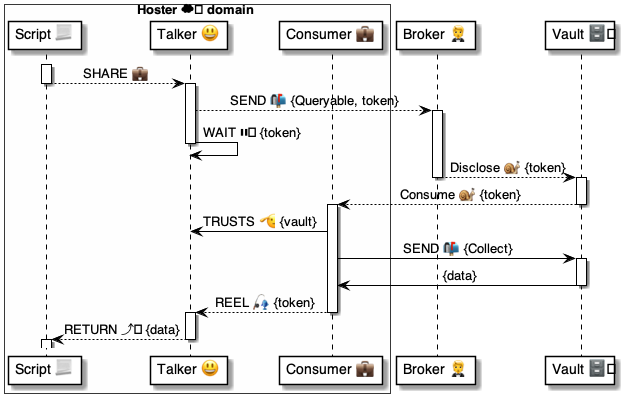
Earlier version of the PlantUML export 4 ⚙️ Solution/41 🎭 Domain Roles/Consumers 💼/💼🅰️ Consumer methods/Consume 🗄️🐌💼/🗄️ Consume ⚙️ uml.png (pollyweb-org/pollyweb-docs). Its source is kept beside it as 4 ⚙️ Solution/41 🎭 Domain Roles/Consumers 💼/💼🅰️ Consumer methods/Consume 🗄️🐌💼/🗄️ Consume ⚙️ uml.puml. The source it was exported from:
```plantuml
@startuml Wallet: Share()

box Hoster ☁️ domain #FFFFFA
    participant "Script 📃" as script
    participant "Talker 😃" as talker
    participant "Consumer 💼" as consumer
end box
participant "Broker 🤵" as broker
participant "Vault 🗄️" as vault

activate script
    script --> talker: SHARE 💼
deactivate script

activate talker
    talker --> broker: SEND 📬 {Queryable, token}
activate broker
    talker -> talker: WAIT ⏸️ {token}
deactivate talker

    broker --> vault: Disclose 🐌 {token}
deactivate broker

activate vault
vault --> consumer: Consume 🐌 {token}
deactivate vault

activate consumer
    consumer -> talker: TRUSTS 🫡 {vault}
    consumer -> vault: SEND 📬 {Collect}

    activate vault
        vault -> consumer: {data}
    deactivate vault

    consumer --> talker: REEL 🎣 {token}
deactivate consumer

activate talker
    talker --> script: RETURN ⤴️ {data}
deactivate talker

activate script
deactivate script

@enduml
```
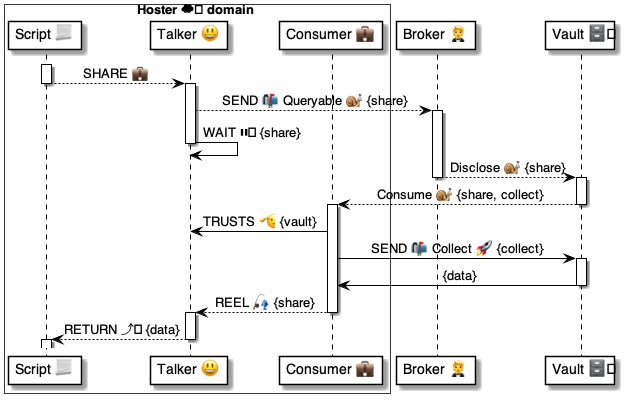
The same file after the commit.

The edit, as a diff of the source:
```diff
@@ -13,27 +13,27 @@
 deactivate script
 
 activate talker
-    talker --> broker: SEND 📬 {Queryable, token}
+    talker --> broker: SEND 📬 Queryable 🐌 {share}
 activate broker
-    talker -> talker: WAIT ⏸️ {token}
+    talker -> talker: WAIT ⏸️ {share}
 deactivate talker
 
-    broker --> vault: Disclose 🐌 {token}
+    broker --> vault: Disclose 🐌 {share}
 deactivate broker
 
 activate vault
-vault --> consumer: Consume 🐌 {token}
+vault --> consumer: Consume 🐌 {share, collect}
 deactivate vault
 
 activate consumer
     consumer -> talker: TRUSTS 🫡 {vault}
-    consumer -> vault: SEND 📬 {Collect}
+    consumer -> vault: SEND 📬 Collect 🚀 {collect}
 
     activate vault
         vault -> consumer: {data}
     deactivate vault
 
-    consumer --> talker: REEL 🎣 {token}
+    consumer --> talker: REEL 🎣 {share}
 deactivate consumer
 
 activate talker
```
